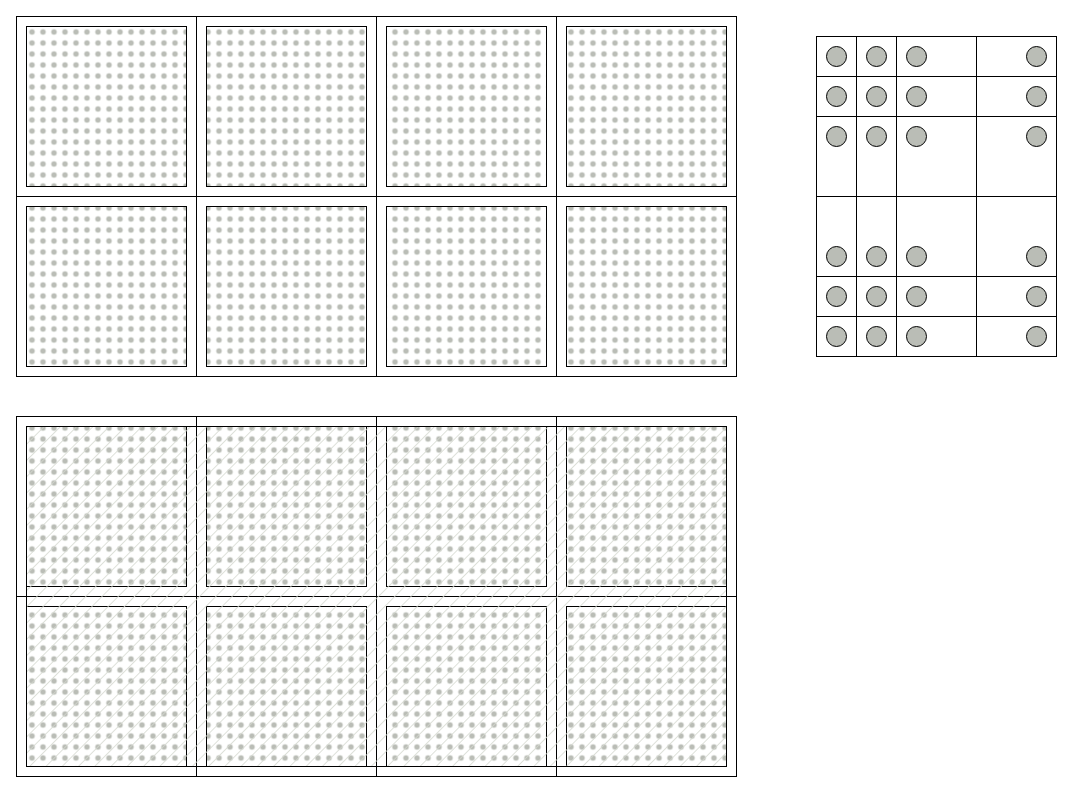
Above: doc/pixels.drawio in graeme-winter/jungfrau (draw.io), before the change. Source tidied: cells renumbered, new cells numbered last; positions are measured from the earlier drawing's top-left corner, leaving out a move shared by most shapes. Both pictures are drawn from the tidied source at 100%, with x=0, y=0 at pixel (16, 16).
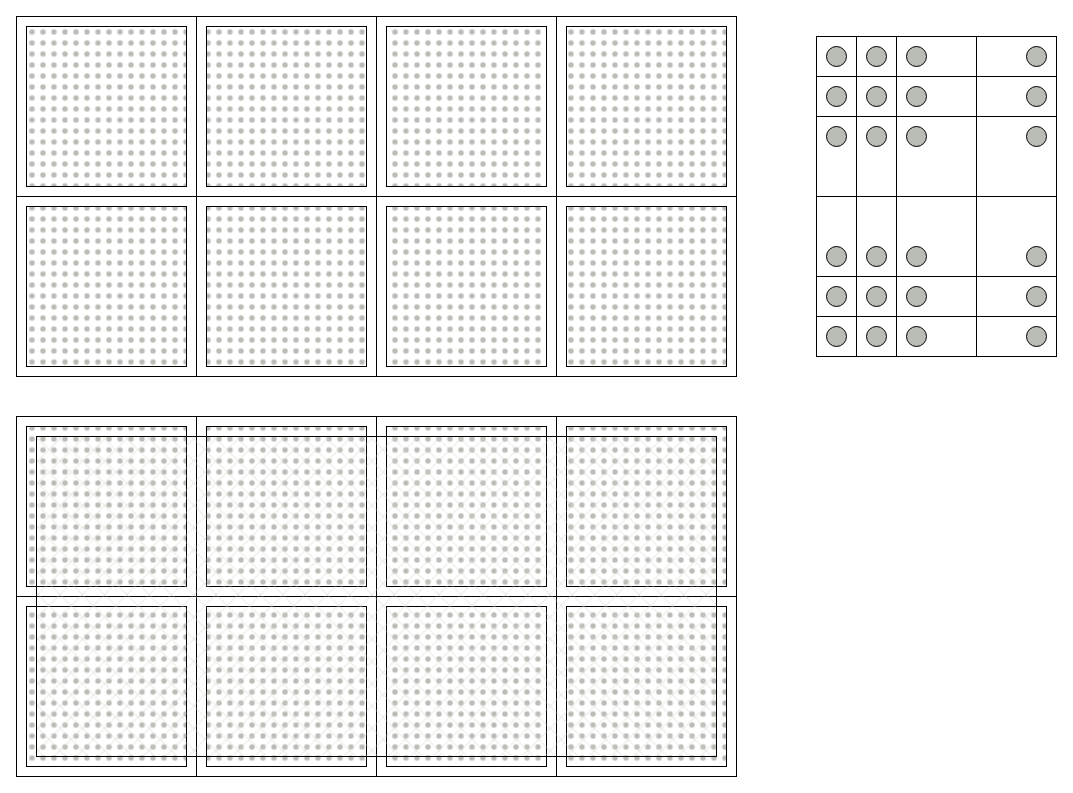
The same page after the edit.

Commit message (it also covers changes not shown here):
Fix active area

What changed in the source:
```diff
@@
-    <mxCell id="34" style="rounded=0;whiteSpace=wrap;html=1;fillColor=#d3d7cf;fillStyle=hatch;" parent="1" vertex="1">
-      <mxGeometry x="10" y="410" width="700" height="340" as="geometry" />
+    <mxCell id="34" style="rounded=0;whiteSpace=wrap;html=1;fillColor=#d3d7cf;fillStyle=cross-hatch;" parent="1" vertex="1">
+      <mxGeometry x="20" y="420" width="680" height="320" as="geometry" />
     </mxCell>
```
